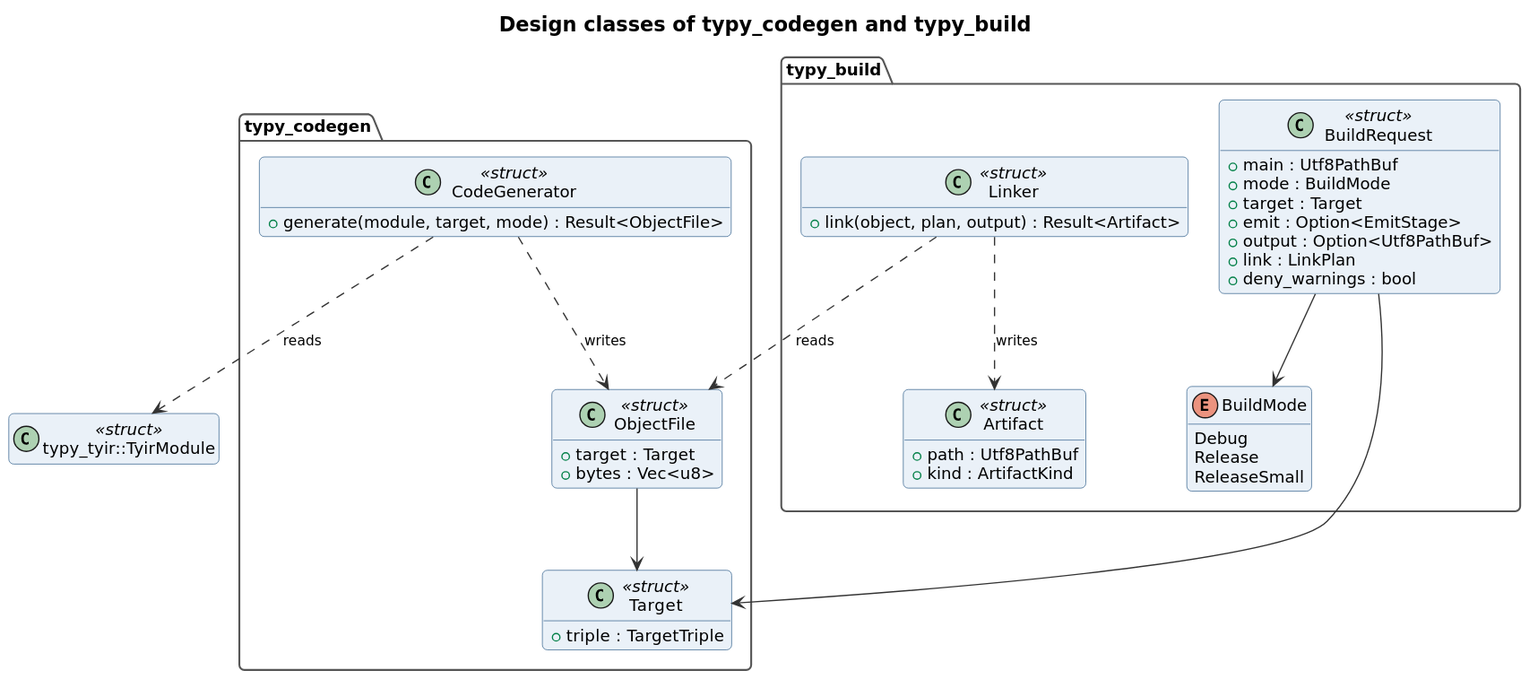
Above: docs/diagrams/class-design-codegen-and-build.svg in typy-lang/typy (PlantUML), before the change. Its source is kept beside it as docs/diagrams/class-design-codegen-and-build.puml. Its diagram source:
```plantuml
@startuml class-design-codegen-and-build
!include style.puml
title Design classes of typy_codegen and typy_build
hide empty members
skinparam nodesep 25

package "typy_codegen" as CodegenCrate {
    class CodeGenerator <<struct>> {
        {field} +generate(module, target, mode) : Result<ObjectFile>
    }
    class Target <<struct>> {
        +triple : TargetTriple
    }
    class ObjectFile <<struct>> {
        +target : Target
        +bytes : Vec<u8>
    }
}

package "typy_build" as BuildCrate {
    class BuildRequest <<struct>> {
        +main : Utf8PathBuf
        +mode : BuildMode
        +target : Target
        +emit : Option<EmitStage>
        +output : Option<Utf8PathBuf>
        +link : LinkPlan
        +deny_warnings : bool
    }
    enum BuildMode {
        Debug
        Release
        ReleaseSmall
    }
    class Linker <<struct>> {
        {field} +link(object, plan, output) : Result<Artifact>
    }
    class Artifact <<struct>> {
        +path : Utf8PathBuf
        +kind : ArtifactKind
    }
}

class "typy_tyir::TyirModule" as TyirModule <<struct>>

CodeGenerator ..> TyirModule : reads
CodeGenerator ..> ObjectFile : writes
ObjectFile --> Target
BuildRequest --> BuildMode
BuildRequest --> Target
Linker ..> ObjectFile : reads
Linker ..> Artifact : writes
@enduml
```
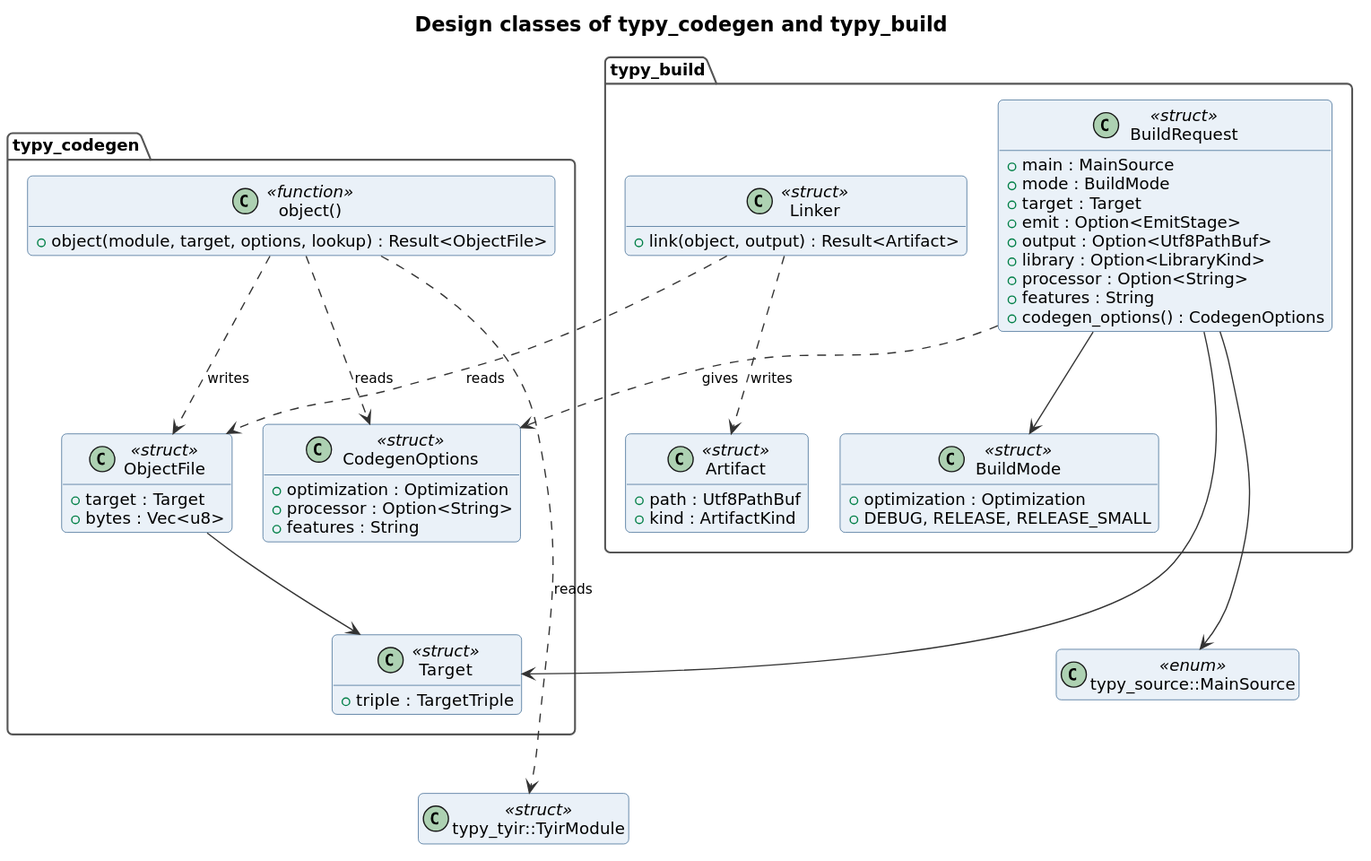
Above is the later version.

Change to the diagram source:
```diff
@@ -5,8 +5,13 @@
 skinparam nodesep 25
 
 package "typy_codegen" as CodegenCrate {
-    class CodeGenerator <<struct>> {
-        {field} +generate(module, target, mode) : Result<ObjectFile>
+    class "object()" as GenerateObject <<function>> {
+        {field} +object(module, target, options, lookup) : Result<ObjectFile>
+    }
+    class CodegenOptions <<struct>> {
+        +optimization : Optimization
+        +processor : Option<String>
+        +features : String
     }
     class Target <<struct>> {
         +triple : TargetTriple
@@ -19,21 +24,22 @@
 
 package "typy_build" as BuildCrate {
     class BuildRequest <<struct>> {
-        +main : Utf8PathBuf
+        +main : MainSource
         +mode : BuildMode
         +target : Target
         +emit : Option<EmitStage>
         +output : Option<Utf8PathBuf>
-        +link : LinkPlan
-        +deny_warnings : bool
+        +library : Option<LibraryKind>
+        +processor : Option<String>
+        +features : String
+        {field} +codegen_options() : CodegenOptions
     }
-    enum BuildMode {
-        Debug
-        Release
-        ReleaseSmall
+    class BuildMode <<struct>> {
+        +optimization : Optimization
+        {field} +DEBUG, RELEASE, RELEASE_SMALL
     }
     class Linker <<struct>> {
-        {field} +link(object, plan, output) : Result<Artifact>
+        {field} +link(object, output) : Result<Artifact>
     }
     class Artifact <<struct>> {
         +path : Utf8PathBuf
@@ -42,12 +48,18 @@
 }
 
 class "typy_tyir::TyirModule" as TyirModule <<struct>>
+class "typy_source::MainSource" as MainSource <<enum>>
 
-CodeGenerator ..> TyirModule : reads
-CodeGenerator ..> ObjectFile : writes
+GenerateObject ..> TyirModule : reads
+GenerateObject ..> CodegenOptions : reads
+GenerateObject ..> ObjectFile : writes
 ObjectFile --> Target
+BuildRequest --> MainSource
 BuildRequest --> BuildMode
 BuildRequest --> Target
+BuildRequest ..> CodegenOptions : gives
 Linker ..> ObjectFile : reads
 Linker ..> Artifact : writes
+Target -[hidden]down- TyirModule
+BuildMode -[hidden]down- MainSource
 @enduml
```
